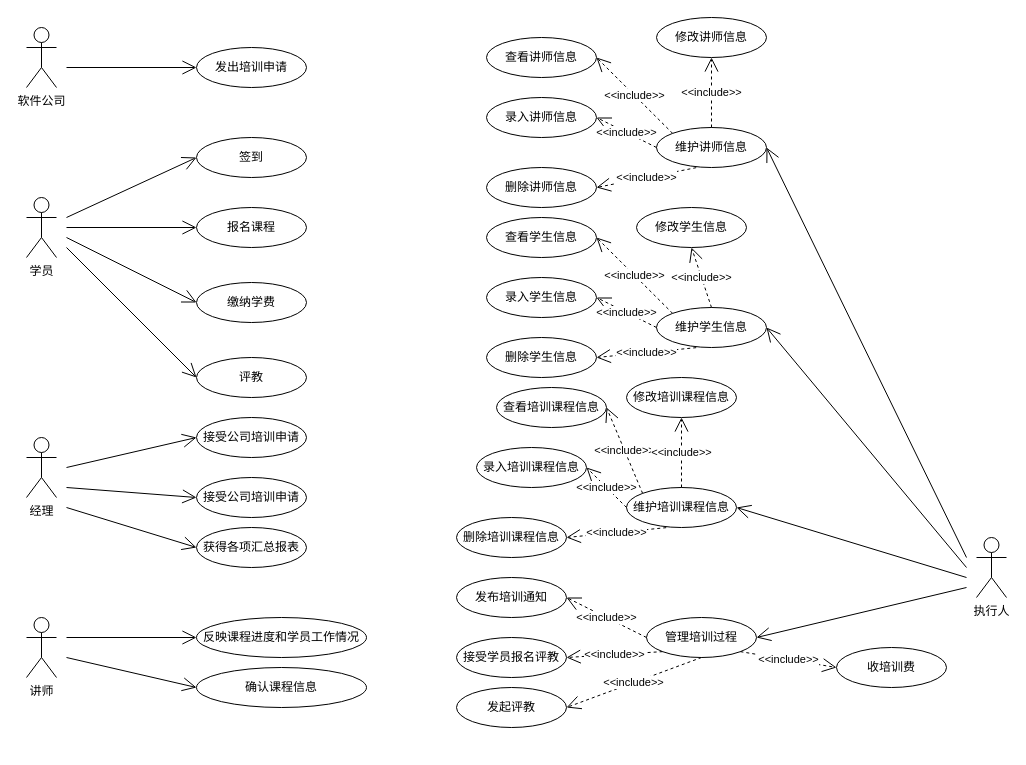
Earlier version of the draw.io diagram 增量1UML.drawio (LYF7314/Training-Information-Management-System). Source tidied: cells renumbered, new cells numbered last; positions are measured from the earlier drawing's top-left corner, leaving out a move shared by most shapes. Both pictures are drawn from the tidied source at 100%, with x=0, y=0 at pixel (26, 17).
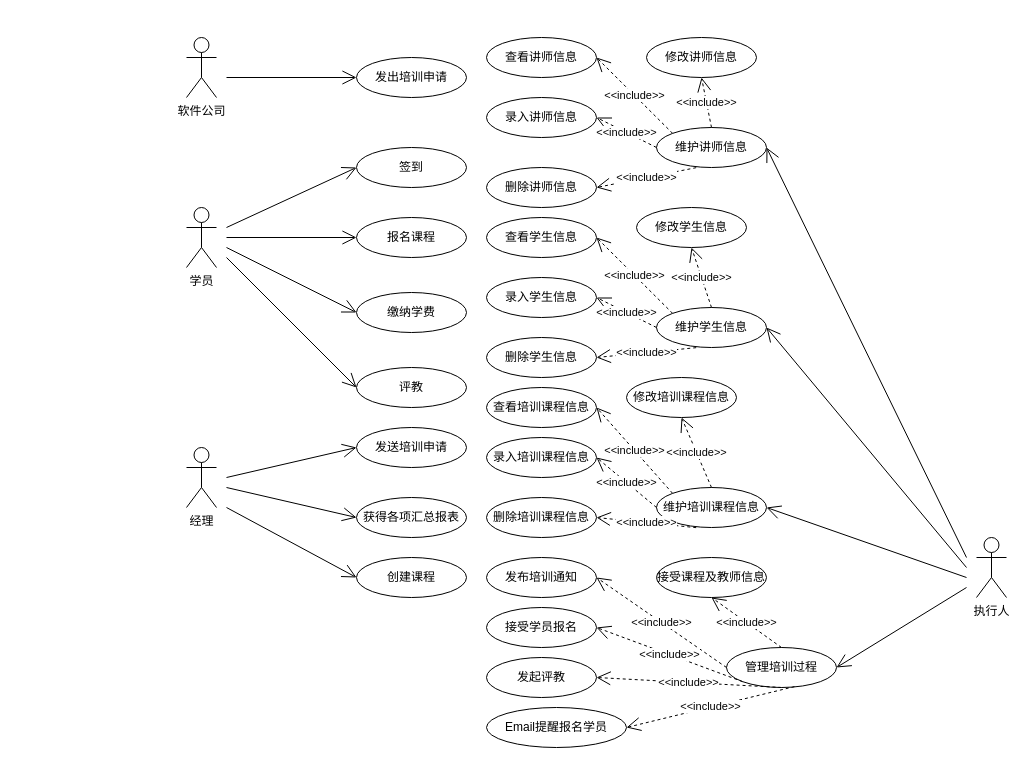
The same diagram, later.

The edit, as a diff of the source:
```diff
@@
     <mxCell id="2" value="软件公司" style="shape=umlActor;verticalLabelPosition=bottom;verticalAlign=top;html=1;" parent="1" vertex="1">
-      <mxGeometry y="10" width="30" height="60" as="geometry" />
+      <mxGeometry x="160" y="20" width="30" height="60" as="geometry" />
     </mxCell>
@@
     <mxCell id="4" value="学员" style="shape=umlActor;verticalLabelPosition=bottom;verticalAlign=top;html=1;" parent="1" vertex="1">
-      <mxGeometry y="180" width="30" height="60" as="geometry" />
+      <mxGeometry x="160" y="190" width="30" height="60" as="geometry" />
     </mxCell>
     <mxCell id="5" value="缴纳学费" style="ellipse;whiteSpace=wrap;html=1;" parent="1" vertex="1">
-      <mxGeometry x="170" y="265" width="110" height="40" as="geometry" />
+      <mxGeometry x="330" y="275" width="110" height="40" as="geometry" />
     </mxCell>
     <mxCell id="6" style="endArrow=open;endFill=1;endSize=12;html=1;rounded=0;entryX=0;entryY=0.5;entryDx=0;entryDy=0;" parent="1" edge="1" target="37">
       <mxGeometry relative="1" as="geometry">
-        <mxPoint x="40" y="230" as="sourcePoint" />
+        <mxPoint x="200" y="240" as="sourcePoint" />
       </mxGeometry>
     </mxCell>
@@
     <mxCell id="18" value="修改讲师信息" style="ellipse;whiteSpace=wrap;html=1;" parent="1" vertex="1">
-      <mxGeometry x="630" width="110" height="40" as="geometry" />
+      <mxGeometry x="620" y="20" width="110" height="40" as="geometry" />
     </mxCell>
@@
     <mxCell id="28" value="维护培训课程信息" style="ellipse;whiteSpace=wrap;html=1;" parent="1" vertex="1">
-      <mxGeometry x="600" y="470" width="110" height="40" as="geometry" />
+      <mxGeometry x="630" y="470" width="110" height="40" as="geometry" />
     </mxCell>
@@
     <mxCell id="30" value="录入培训课程信息" style="ellipse;whiteSpace=wrap;html=1;" parent="1" vertex="1">
-      <mxGeometry x="450" y="430" width="110" height="40" as="geometry" />
+      <mxGeometry x="460" y="420" width="110" height="40" as="geometry" />
     </mxCell>
@@
     <mxCell id="32" value="删除培训课程信息" style="ellipse;whiteSpace=wrap;html=1;" parent="1" vertex="1">
-      <mxGeometry x="430" y="500" width="110" height="40" as="geometry" />
+      <mxGeometry x="460" y="480" width="110" height="40" as="geometry" />
     </mxCell>
@@
     <mxCell id="34" value="查看培训课程信息" style="ellipse;whiteSpace=wrap;html=1;" parent="1" vertex="1">
-      <mxGeometry x="470" y="370" width="110" height="40" as="geometry" />
+      <mxGeometry x="460" y="370" width="110" height="40" as="geometry" />
     </mxCell>
@@
     <mxCell id="37" value="评教" style="ellipse;whiteSpace=wrap;html=1;" parent="1" vertex="1">
-      <mxGeometry x="170" y="340" width="110" height="40" as="geometry" />
+      <mxGeometry x="330" y="350" width="110" height="40" as="geometry" />
     </mxCell>
     <mxCell id="38" style="endArrow=open;endFill=1;endSize=12;html=1;rounded=0;entryX=0;entryY=0.5;entryDx=0;entryDy=0;" parent="1" edge="1" target="5">
       <mxGeometry relative="1" as="geometry">
-        <mxPoint x="40" y="220" as="sourcePoint" />
+        <mxPoint x="200" y="230" as="sourcePoint" />
       </mxGeometry>
     </mxCell>
     <mxCell id="39" value="报名课程" style="ellipse;whiteSpace=wrap;html=1;" parent="1" vertex="1">
-      <mxGeometry x="170" y="190" width="110" height="40" as="geometry" />
+      <mxGeometry x="330" y="200" width="110" height="40" as="geometry" />
     </mxCell>
     <mxCell id="40" style="endArrow=open;endFill=1;endSize=12;html=1;rounded=0;entryX=0;entryY=0.5;entryDx=0;entryDy=0;" parent="1" edge="1" target="39">
       <mxGeometry relative="1" as="geometry">
-        <mxPoint x="40" y="210" as="sourcePoint" />
+        <mxPoint x="200" y="220" as="sourcePoint" />
       </mxGeometry>
     </mxCell>
     <mxCell id="41" value="发出培训申请" style="ellipse;whiteSpace=wrap;html=1;" parent="1" vertex="1">
-      <mxGeometry x="170" y="30" width="110" height="40" as="geometry" />
+      <mxGeometry x="330" y="40" width="110" height="40" as="geometry" />
     </mxCell>
     <mxCell id="42" style="endArrow=open;endFill=1;endSize=12;html=1;rounded=0;entryX=0;entryY=0.5;entryDx=0;entryDy=0;" parent="1" edge="1" target="41">
       <mxGeometry relative="1" as="geometry">
-        <mxPoint x="40" y="50" as="sourcePoint" />
+        <mxPoint x="200" y="60" as="sourcePoint" />
       </mxGeometry>
     </mxCell>
     <mxCell id="43" value="签到" style="ellipse;whiteSpace=wrap;html=1;" parent="1" vertex="1">
-      <mxGeometry x="170" y="120" width="110" height="40" as="geometry" />
+      <mxGeometry x="330" y="130" width="110" height="40" as="geometry" />
     </mxCell>
     <mxCell id="44" style="endArrow=open;endFill=1;endSize=12;html=1;rounded=0;entryX=0;entryY=0.5;entryDx=0;entryDy=0;" parent="1" edge="1" target="43">
       <mxGeometry relative="1" as="geometry">
-        <mxPoint x="40" y="200" as="sourcePoint" />
+        <mxPoint x="200" y="210" as="sourcePoint" />
       </mxGeometry>
     </mxCell>
     <mxCell id="45" value="管理培训过程" style="ellipse;whiteSpace=wrap;html=1;" parent="1" vertex="1">
-      <mxGeometry x="620" y="600" width="110" height="40" as="geometry" />
+      <mxGeometry x="700" y="630" width="110" height="40" as="geometry" />
     </mxCell>
@@
     <mxCell id="47" value="发起评教" style="ellipse;whiteSpace=wrap;html=1;" parent="1" vertex="1">
-      <mxGeometry x="430" y="670" width="110" height="40" as="geometry" />
+      <mxGeometry x="460" y="640" width="110" height="40" as="geometry" />
     </mxCell>
@@
     <mxCell id="49" value="发布培训通知" style="ellipse;whiteSpace=wrap;html=1;" parent="1" vertex="1">
-      <mxGeometry x="430" y="560" width="110" height="40" as="geometry" />
+      <mxGeometry x="460" y="540" width="110" height="40" as="geometry" />
     </mxCell>
@@
-    <mxCell id="51" value="接受学员报名评教" style="ellipse;whiteSpace=wrap;html=1;" parent="1" vertex="1">
-      <mxGeometry x="430" y="620" width="110" height="40" as="geometry" />
+    <mxCell id="51" value="接受学员报名" style="ellipse;whiteSpace=wrap;html=1;" parent="1" vertex="1">
+      <mxGeometry x="460" y="590" width="110" height="40" as="geometry" />
     </mxCell>
@@
-    <mxCell id="53" value="收培训费" style="ellipse;whiteSpace=wrap;html=1;" parent="1" vertex="1">
-      <mxGeometry x="810" y="630" width="110" height="40" as="geometry" />
-    </mxCell>
-    <mxCell id="54" value="&amp;lt;&amp;lt;include&amp;gt;&amp;gt;" style="endArrow=open;endSize=12;dashed=1;html=1;rounded=0;exitX=1;exitY=1;exitDx=0;exitDy=0;entryX=0;entryY=0.5;entryDx=0;entryDy=0;" parent="1" edge="1" source="45" target="53">
-      <mxGeometry relative="1" as="geometry" />
-    </mxCell>
     <mxCell id="55" value="经理" style="shape=umlActor;verticalLabelPosition=bottom;verticalAlign=top;html=1;" parent="1" vertex="1">
-      <mxGeometry y="420" width="30" height="60" as="geometry" />
+      <mxGeometry x="160" y="430" width="30" height="60" as="geometry" />
     </mxCell>
     <mxCell id="56" style="endArrow=open;endFill=1;endSize=12;html=1;rounded=0;entryX=0;entryY=0.5;entryDx=0;entryDy=0;" parent="1" edge="1" target="57">
       <mxGeometry relative="1" as="geometry">
-        <mxPoint x="40" y="450" as="sourcePoint" />
+        <mxPoint x="200" y="460" as="sourcePoint" />
       </mxGeometry>
     </mxCell>
-    <mxCell id="57" value="接受公司培训申请" style="ellipse;whiteSpace=wrap;html=1;" parent="1" vertex="1">
-      <mxGeometry x="170" y="400" width="110" height="40" as="geometry" />
+    <mxCell id="57" value="发送培训申请" style="ellipse;whiteSpace=wrap;html=1;" parent="1" vertex="1">
+      <mxGeometry x="330" y="410" width="110" height="40" as="geometry" />
     </mxCell>
-    <mxCell id="58" style="endArrow=open;endFill=1;endSize=12;html=1;rounded=0;entryX=0;entryY=0.5;entryDx=0;entryDy=0;" parent="1" edge="1" target="59">
-      <mxGeometry relative="1" as="geometry">
-        <mxPoint x="40" y="470" as="sourcePoint" />
-      </mxGeometry>
-    </mxCell>
-    <mxCell id="59" value="接受公司培训申请" style="ellipse;whiteSpace=wrap;html=1;" parent="1" vertex="1">
-      <mxGeometry x="170" y="460" width="110" height="40" as="geometry" />
-    </mxCell>
     <mxCell id="60" style="endArrow=open;endFill=1;endSize=12;html=1;rounded=0;entryX=0;entryY=0.5;entryDx=0;entryDy=0;" parent="1" edge="1" target="61">
       <mxGeometry relative="1" as="geometry">
-        <mxPoint x="40" y="490" as="sourcePoint" />
+        <mxPoint x="200" y="470" as="sourcePoint" />
       </mxGeometry>
     </mxCell>
     <mxCell id="61" value="获得各项汇总报表" style="ellipse;whiteSpace=wrap;html=1;" parent="1" vertex="1">
-      <mxGeometry x="170" y="510" width="110" height="40" as="geometry" />
+      <mxGeometry x="330" y="480" width="110" height="40" as="geometry" />
     </mxCell>
-    <mxCell id="62" value="讲师" style="shape=umlActor;verticalLabelPosition=bottom;verticalAlign=top;html=1;" parent="1" vertex="1">
-      <mxGeometry y="600" width="30" height="60" as="geometry" />
-    </mxCell>
-    <mxCell id="63" style="endArrow=open;endFill=1;endSize=12;html=1;rounded=0;entryX=0;entryY=0.5;entryDx=0;entryDy=0;" parent="1" edge="1" target="64">
-      <mxGeometry relative="1" as="geometry">
-        <mxPoint x="40" y="620" as="sourcePoint" />
-      </mxGeometry>
-    </mxCell>
-    <mxCell id="64" value="反映课程进度和学员工作情况" style="ellipse;whiteSpace=wrap;html=1;" parent="1" vertex="1">
-      <mxGeometry x="170" y="600" width="170" height="40" as="geometry" />
-    </mxCell>
-    <mxCell id="65" style="endArrow=open;endFill=1;endSize=12;html=1;rounded=0;entryX=0;entryY=0.5;entryDx=0;entryDy=0;" parent="1" edge="1" target="66">
-      <mxGeometry relative="1" as="geometry">
-        <mxPoint x="40" y="640" as="sourcePoint" />
-      </mxGeometry>
-    </mxCell>
-    <mxCell id="66" value="确认课程信息" style="ellipse;whiteSpace=wrap;html=1;" parent="1" vertex="1">
-      <mxGeometry x="170" y="650" width="170" height="40" as="geometry" />
-    </mxCell>
+    <mxCell id="67" style="endArrow=open;endFill=1;endSize=12;html=1;rounded=0;entryX=0;entryY=0.5;entryDx=0;entryDy=0;" parent="1" edge="1" target="68">
+      <mxGeometry relative="1" as="geometry">
+        <mxPoint x="200" y="490" as="sourcePoint" />
+      </mxGeometry>
+    </mxCell>
+    <mxCell id="68" value="创建课程" style="ellipse;whiteSpace=wrap;html=1;" parent="1" vertex="1">
+      <mxGeometry x="330" y="540" width="110" height="40" as="geometry" />
+    </mxCell>
+    <mxCell id="69" value="&amp;lt;&amp;lt;include&amp;gt;&amp;gt;" style="endArrow=open;endSize=12;dashed=1;html=1;rounded=0;exitX=0.5;exitY=0;exitDx=0;exitDy=0;entryX=0.5;entryY=1;entryDx=0;entryDy=0;" parent="1" edge="1" source="45" target="70">
+      <mxGeometry relative="1" as="geometry" />
+    </mxCell>
+    <mxCell id="70" value="接受课程及教师信息" style="ellipse;whiteSpace=wrap;html=1;" parent="1" vertex="1">
+      <mxGeometry x="630" y="540" width="110" height="40" as="geometry" />
+    </mxCell>
+    <mxCell id="71" value="&lt;span style=&quot;border-color: var(--border-color); text-align: left;&quot; lang=&quot;EN-US&quot;&gt;Email&lt;/span&gt;&lt;span style=&quot;border-color: var(--border-color); text-align: left;&quot;&gt;提醒报名学员&lt;/span&gt;" style="ellipse;whiteSpace=wrap;html=1;" parent="1" vertex="1">
+      <mxGeometry x="460" y="690" width="140" height="40" as="geometry" />
+    </mxCell>
+    <mxCell id="72" value="&amp;lt;&amp;lt;include&amp;gt;&amp;gt;" style="endArrow=open;endSize=12;dashed=1;html=1;rounded=0;exitX=0.618;exitY=0.978;exitDx=0;exitDy=0;entryX=1;entryY=0.5;entryDx=0;entryDy=0;exitPerimeter=0;" parent="1" edge="1" source="45" target="71">
+      <mxGeometry relative="1" as="geometry" />
+    </mxCell>
```
